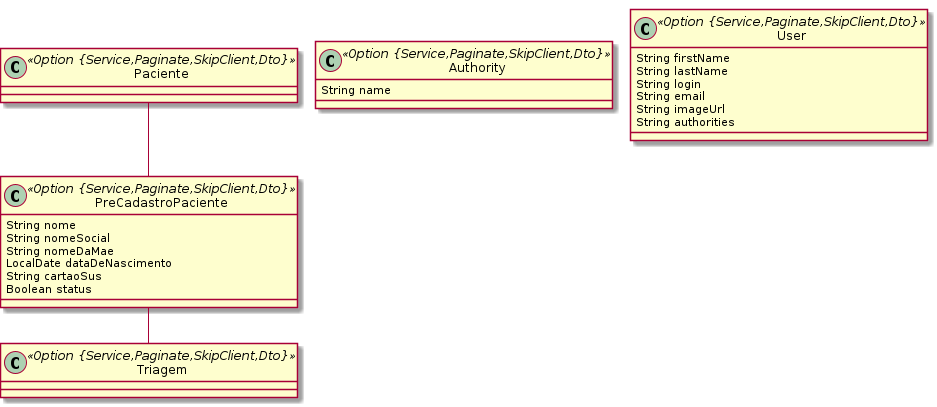
BasisTI/madre keeps this PlantUML diagram as pacientes/precadastropaciente.png. Above is the earlier version.
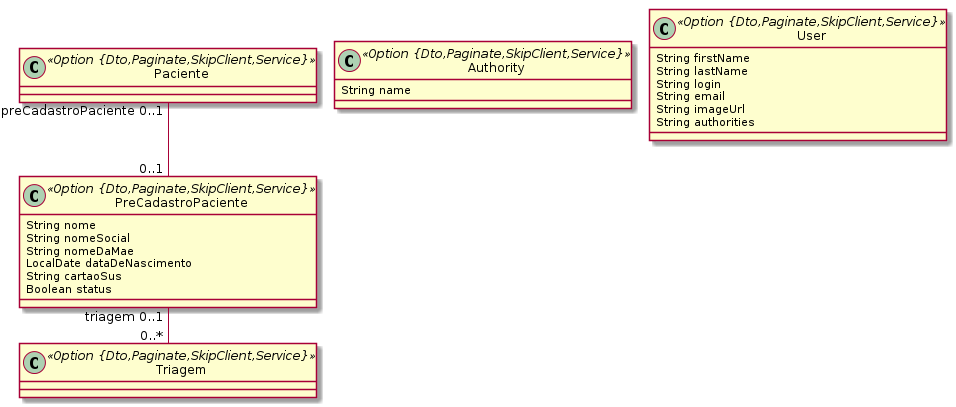
The same diagram one commit later.

What changed in the source:
```diff
@@ -1,7 +1,7 @@
 @startuml
 	!pragma graphviz_dot jdot
 	!pragma syntax class
-	class PreCadastroPaciente <<Option {Service,Paginate,SkipClient,Dto}>> {
+	class PreCadastroPaciente <<Option {Dto,Paginate,SkipClient,Service}>> {
 		String nome
 		String nomeSocial
 		String nomeDaMae
@@ -9,16 +9,16 @@
 		String cartaoSus
 		Boolean status
 	}
-	class Paciente <<Option {Service,Paginate,SkipClient,Dto}>> {
+	class Paciente <<Option {Dto,Paginate,SkipClient,Service}>> {
 	}
-	class Triagem <<Option {Service,Paginate,SkipClient,Dto}>> {
+	class Triagem <<Option {Dto,Paginate,SkipClient,Service}>> {
 	}
 	Paciente  "preCadastroPaciente 0..1 " -- "0..1 "  PreCadastroPaciente
 	PreCadastroPaciente  "triagem 0..1 " --o "0..* "  Triagem
-	class Authority <<Option {Service,Paginate,SkipClient,Dto}>> {
+	class Authority <<Option {Dto,Paginate,SkipClient,Service}>> {
 		String name
 	}
-	class User <<Option {Service,Paginate,SkipClient,Dto}>> {
+	class User <<Option {Dto,Paginate,SkipClient,Service}>> {
 		String firstName
 		String lastName
 		String login
```
